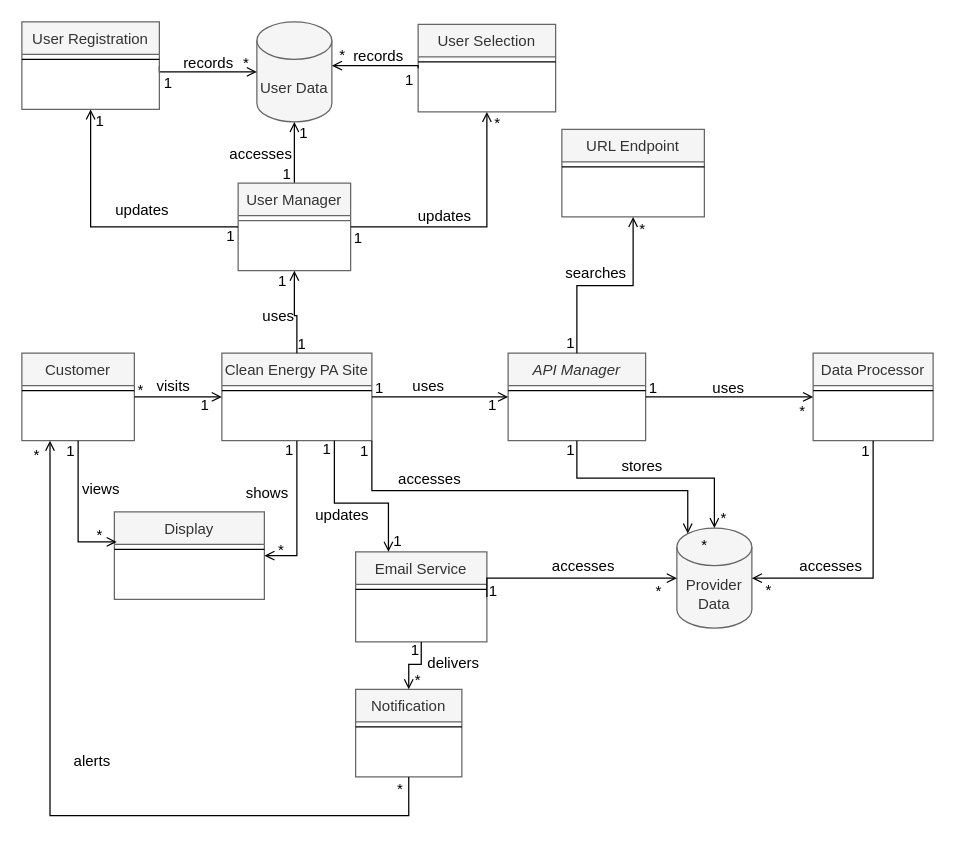
Earlier version of the draw.io diagram documentation/DesignDiagram.drawio (PSUCapstone2023-Group1/Clean-Energy-PA). Source tidied: cells renumbered, new cells numbered last; positions are measured from the earlier drawing's top-left corner, leaving out a move shared by most shapes. Both pictures are drawn from the tidied source at 125%, with x=0, y=0 at pixel (-58, -201).
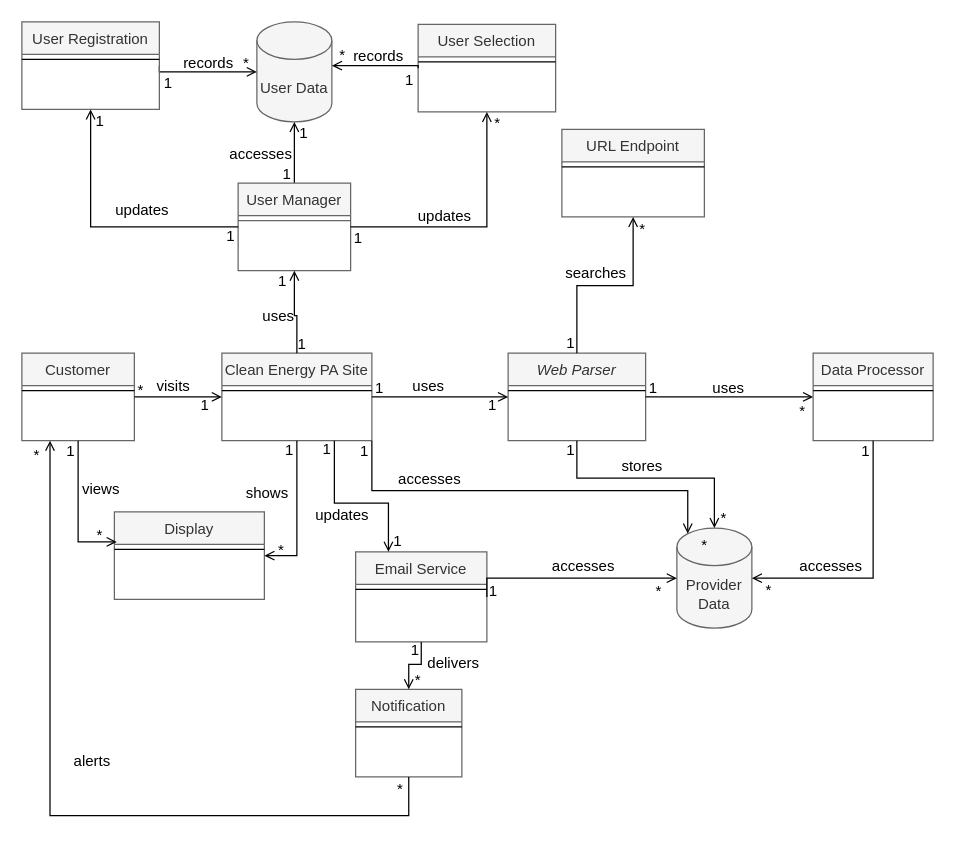
The same diagram, later.

Commit message (it also covers changes not shown here):
updated architecture diag and design diag to reflect web parser

What changed in the source:
```diff
@@
-    <mxCell id="2" value="API Manager" style="swimlane;fontStyle=2;align=center;verticalAlign=top;horizontal=1;startSize=26;rounded=0;shadow=0;strokeWidth=1;fillColor=#f5f5f5;fontColor=#333333;strokeColor=#666666;" parent="1" vertex="1">
+    <mxCell id="2" value="Web Parser" style="swimlane;fontStyle=2;align=center;verticalAlign=top;horizontal=1;startSize=26;rounded=0;shadow=0;strokeWidth=1;fillColor=#f5f5f5;fontColor=#333333;strokeColor=#666666;" parent="1" vertex="1">
       <mxGeometry x="452" y="443" width="110" height="70" as="geometry" />
     </mxCell>
```
